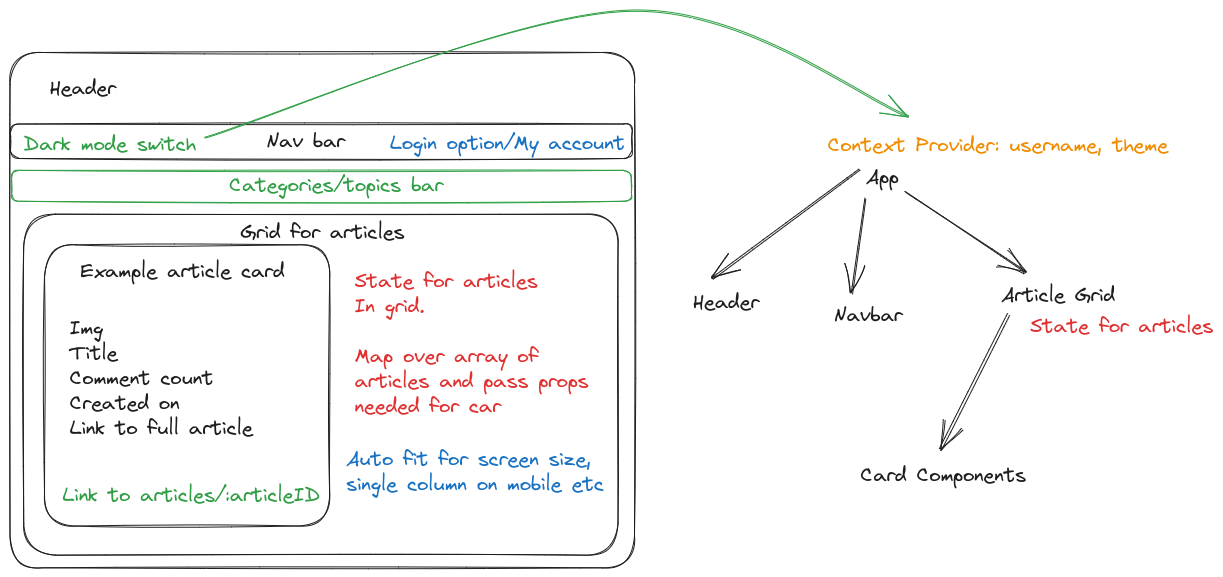
This is Wireframes/App.excalidraw.png from Domaeos/nc-news, a Excalidraw export, as it was before one commit. Source tidied: one line per element, renumbered; positions are measured from the earlier drawing's top-left corner, leaving out a move shared by most shapes.
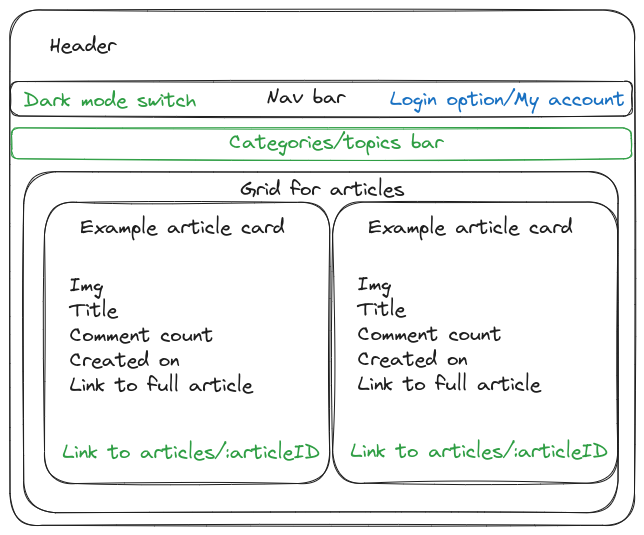
After the change.

Change to the diagram source:
```diff
@@ -7,22 +7,12 @@
 {"id": 6, "type": "rectangle", "strokeColor": "#1e1e1e", "strokeWidth": 1, "roughness": 1, "round": true, "x": 35, "y": 234, "width": 285, "height": 281}
 {"id": 7, "type": "text", "text": "Example article card", "strokeColor": "#1e1e1e", "strokeWidth": 1, "roughness": 1, "fontSize": 20, "fontFamily": 1, "x": 71, "y": 248, "width": 204, "height": 25}
 {"id": 8, "type": "text", "text": "Img\nTitle\nComment count\nCreated on\nLink to full article", "strokeColor": "#1e1e1e", "strokeWidth": 1, "roughness": 1, "fontSize": 20, "fontFamily": 1, "x": 60, "y": 305, "width": 183, "height": 125}
-{"id": 9, "type": "text", "text": "App", "strokeColor": "#1e1e1e", "strokeWidth": 1, "roughness": 1, "fontSize": 20, "fontFamily": 1, "x": 856, "y": 154, "width": 33, "height": 25}
-{"id": 10, "type": "text", "text": "Header", "strokeColor": "#1e1e1e", "strokeWidth": 1, "roughness": 1, "fontSize": 20, "fontFamily": 1, "x": 683, "y": 280, "width": 66, "height": 25}
-{"id": 11, "type": "text", "text": "Navbar", "strokeColor": "#1e1e1e", "strokeWidth": 1, "roughness": 1, "fontSize": 20, "fontFamily": 1, "x": 824, "y": 292, "width": 69, "height": 25}
-{"id": 12, "type": "text", "text": "Article Grid", "strokeColor": "#1e1e1e", "strokeWidth": 1, "roughness": 1, "fontSize": 20, "fontFamily": 1, "x": 991, "y": 272, "width": 114, "height": 25}
-{"id": 13, "type": "arrow", "strokeColor": "#1e1e1e", "strokeWidth": 1, "roughness": 1, "endArrowhead": "arrow", "round": true, "from": 9, "to": 11, "x": 855, "y": 189, "width": 12, "height": 94, "points": [[0, 0], [-12, 94]]}
-{"id": 14, "type": "arrow", "strokeColor": "#1e1e1e", "strokeWidth": 1, "roughness": 1, "endArrowhead": "arrow", "round": true, "from": 22, "to": 10, "x": 849, "y": 159, "width": 147, "height": 109, "points": [[0, 0], [-147, 109]]}
-{"id": 15, "type": "arrow", "strokeColor": "#1e1e1e", "strokeWidth": 1, "roughness": 1, "endArrowhead": "arrow", "round": true, "from": 9, "to": 12, "x": 895, "y": 182, "width": 120, "height": 79, "points": [[0, 0], [120, 79]]}
-{"id": 16, "type": "arrow", "strokeColor": "#1e1e1e", "strokeWidth": 1, "roughness": 1, "endArrowhead": "arrow", "round": true, "from": 12, "to": 17, "x": 998, "y": 304, "width": 68, "height": 135, "points": [[0, 0], [-68, 135]]}
-{"id": 17, "type": "text", "text": "Card Components", "strokeColor": "#1e1e1e", "strokeWidth": 1, "roughness": 1, "fontSize": 20, "fontFamily": 1, "x": 851, "y": 452, "width": 166, "height": 25}
-{"id": 18, "type": "text", "text": "State for articles \nIn grid.\n\nMap over array of \narticles and pass props\nneeded for car", "strokeColor": "#e03131", "strokeWidth": 1, "roughness": 1, "fontSize": 20, "fontFamily": 1, "x": 345, "y": 258, "width": 234, "height": 150}
-{"id": 19, "type": "text", "text": "Auto fit for screen size,\nsingle column on mobile etc", "strokeColor": "#1971c2", "strokeWidth": 1, "roughness": 1, "fontSize": 20, "fontFamily": 1, "x": 336, "y": 436, "width": 258, "height": 50}
 {"id": 20, "type": "text", "text": "Login option/My account", "strokeColor": "#1971c2", "strokeWidth": 1, "roughness": 1, "fontSize": 20, "fontFamily": 1, "x": 380, "y": 120, "width": 235, "height": 25}
-{"id": 21, "type": "text", "text": "State for articles", "strokeColor": "#e03131", "strokeWidth": 1, "roughness": 1, "fontSize": 20, "fontFamily": 1, "x": 1020, "y": 303, "width": 183, "height": 25}
-{"id": 22, "type": "text", "text": "Context Provider: username, theme", "strokeColor": "#f08c00", "strokeWidth": 1, "roughness": 1, "fontSize": 20, "fontFamily": 1, "x": 818, "y": 122, "width": 340, "height": 25}
 {"id": 23, "type": "text", "text": "Link to articles/:articleID", "strokeColor": "#2f9e44", "strokeWidth": 1, "roughness": 1, "fontSize": 20, "fontFamily": 1, "x": 53, "y": 473, "width": 258, "height": 25}
 {"id": 24, "type": "rectangle", "strokeColor": "#2f9e44", "strokeWidth": 1, "roughness": 1, "round": true, "x": 2, "y": 160, "width": 620, "height": 31}
 {"id": 25, "type": "text", "text": "Categories/topics bar", "strokeColor": "#2f9e44", "strokeWidth": 1, "roughness": 1, "fontSize": 20, "fontFamily": 1, "x": 219, "y": 163, "width": 214, "height": 25}
 {"id": 26, "type": "text", "text": "Dark mode switch", "strokeColor": "#2f9e44", "strokeWidth": 1, "roughness": 1, "fontSize": 20, "fontFamily": 1, "x": 14, "y": 121, "width": 172, "height": 25}
-{"id": 27, "type": "arrow", "strokeColor": "#2f9e44", "strokeWidth": 1, "roughness": 1, "endArrowhead": "arrow", "round": true, "from": 26, "x": 194, "y": 127, "width": 705, "height": 127, "points": [[0, 0], [425, -127], [705, -21]]}
+{"id": 28, "type": "rectangle", "strokeColor": "#1e1e1e", "strokeWidth": 1, "roughness": 1, "round": true, "x": 323, "y": 234, "width": 285, "height": 281}
+{"id": 29, "type": "text", "text": "Example article card", "strokeColor": "#1e1e1e", "strokeWidth": 1, "roughness": 1, "fontSize": 20, "fontFamily": 1, "x": 359, "y": 248, "width": 204, "height": 25}
+{"id": 30, "type": "text", "text": "Img\nTitle\nComment count\nCreated on\nLink to full article", "strokeColor": "#1e1e1e", "strokeWidth": 1, "roughness": 1, "fontSize": 20, "fontFamily": 1, "x": 348, "y": 305, "width": 183, "height": 125}
+{"id": 31, "type": "text", "text": "Link to articles/:articleID", "strokeColor": "#2f9e44", "strokeWidth": 1, "roughness": 1, "fontSize": 20, "fontFamily": 1, "x": 341, "y": 472, "width": 258, "height": 25}
```
